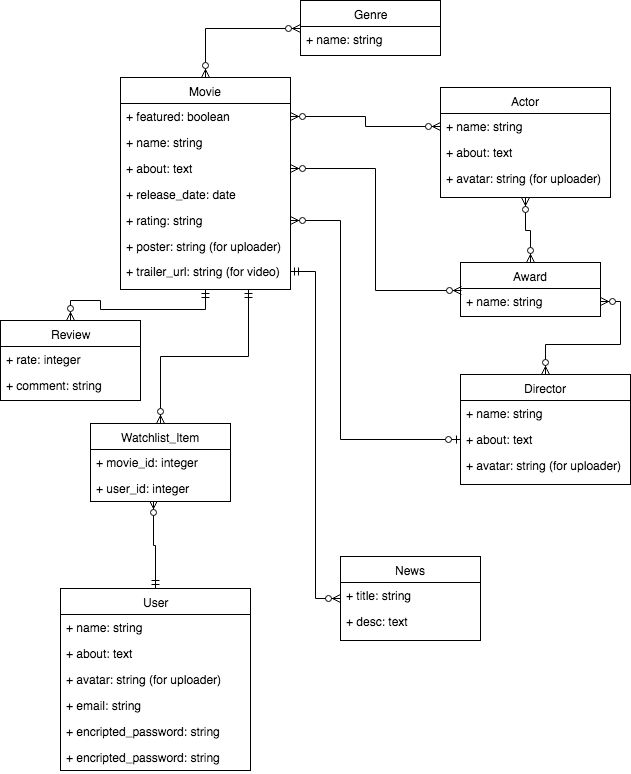
The draw.io diagram MovieShack ERD.png in hazemelkilisly/MovieShack, before a commit. Source tidied: cells renumbered, new cells last; positions are measured from the earlier drawing's top-left corner, leaving out a move shared by most shapes.
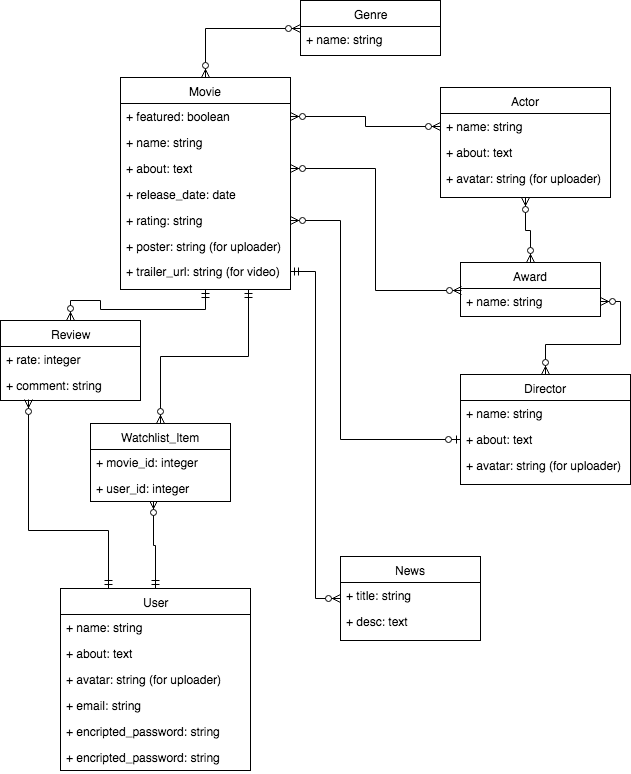
After the change.

What changed in the source:
```diff
@@ -103,6 +103,14 @@
     <mxCell id="33" style="edgeStyle=orthogonalEdgeStyle;rounded=0;html=1;exitX=0.5;exitY=0;entryX=0.45;entryY=0.962;entryPerimeter=0;startArrow=ERmandOne;startFill=0;endArrow=ERzeroToMany;endFill=1;jettySize=auto;strokeColor=#000000;" parent="1" edge="1" source="34" target="44">
       <mxGeometry relative="1" as="geometry" />
     </mxCell>
+    <mxCell id="48" style="edgeStyle=orthogonalEdgeStyle;rounded=0;html=1;exitX=0.25;exitY=0;entryX=0.2;entryY=1.038;entryPerimeter=0;startArrow=ERmandOne;startFill=0;endArrow=ERzeroToMany;endFill=1;jettySize=auto;strokeColor=#000000;" parent="1" edge="1" source="34" target="27">
+      <mxGeometry relative="1" as="geometry">
+        <Array as="points">
+          <mxPoint x="108" y="530" />
+          <mxPoint x="28" y="530" />
+        </Array>
+      </mxGeometry>
+    </mxCell>
     <mxCell id="34" value="User" style="swimlane;html=1;fontStyle=0;horizontal=1;startSize=26;fillColor=none;swimlaneFillColor=#ffffff;" parent="1" vertex="1">
       <mxGeometry x="60" y="588" width="190" height="182" as="geometry" />
     </mxCell>
```
